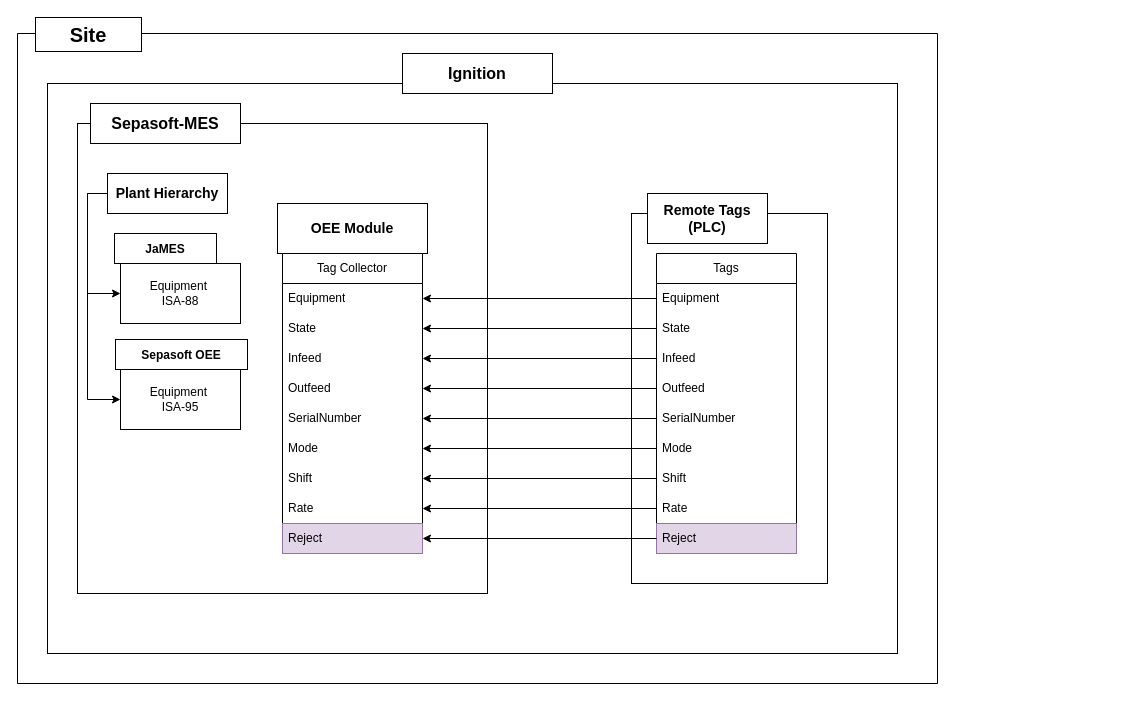
Above: page "OEE Data Flow" (2 of 2) of OEE Data Flow.drawio in IlScottlI/docs (draw.io), before the change. Source tidied: cells renumbered, new cells numbered last; positions are measured from the earlier drawing's top-left corner, leaving out a move shared by most shapes. Both pictures are drawn from the tidied source at 100%, with x=0, y=0 at pixel (17, 17).
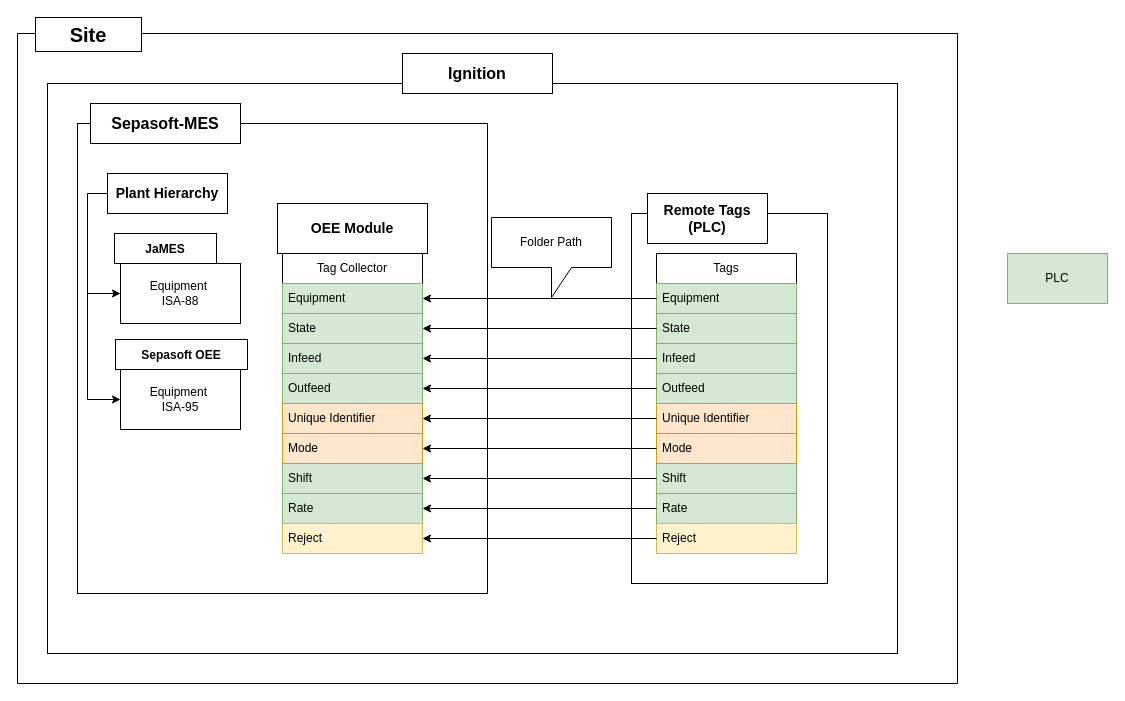
The same diagram, later.

The change refers to these unchanged cells:
```xml
<mxCell id="16" value="Tags" style="swimlane;fontStyle=0;horizontal=1;startSize=30;whiteSpace=wrap;html=1;" parent="2" vertex="1">
  <mxGeometry x="639" y="220" width="140" height="300" as="geometry" />
</mxCell>
<mxCell id="27" value="Tag Collector" style="swimlane;fontStyle=0;horizontal=1;startSize=30;whiteSpace=wrap;html=1;" parent="2" vertex="1">
  <mxGeometry x="265" y="220" width="140" height="300" as="geometry" />
</mxCell>
```

Diff of the diagram source:
```diff
@@
     <mxCell id="2" style="swimlane;startSize=0;" parent="1" vertex="1">
-      <mxGeometry y="16" width="920" height="650" as="geometry" />
+      <mxGeometry y="16" width="940" height="650" as="geometry" />
     </mxCell>
@@
-    <mxCell id="17" value="Equipment" style="text;strokeColor=none;fillColor=none;align=left;verticalAlign=middle;spacingLeft=4;spacingRight=4;overflow=hidden;points=[[0,0.5],[1,0.5]];portConstraint=eastwest;whiteSpace=wrap;html=1;" parent="16" vertex="1">
+    <mxCell id="17" value="Equipment" style="text;strokeColor=#82b366;fillColor=#d5e8d4;align=left;verticalAlign=middle;spacingLeft=4;spacingRight=4;overflow=hidden;points=[[0,0.5],[1,0.5]];portConstraint=eastwest;whiteSpace=wrap;html=1;" parent="16" vertex="1">
       <mxGeometry y="30" width="140" height="30" as="geometry" />
     </mxCell>
-    <mxCell id="18" value="State" style="text;strokeColor=none;fillColor=none;align=left;verticalAlign=middle;spacingLeft=4;spacingRight=4;overflow=hidden;points=[[0,0.5],[1,0.5]];portConstraint=eastwest;whiteSpace=wrap;html=1;" parent="16" vertex="1">
+    <mxCell id="18" value="State" style="text;strokeColor=#82b366;fillColor=#d5e8d4;align=left;verticalAlign=middle;spacingLeft=4;spacingRight=4;overflow=hidden;points=[[0,0.5],[1,0.5]];portConstraint=eastwest;whiteSpace=wrap;html=1;" parent="16" vertex="1">
       <mxGeometry y="60" width="140" height="30" as="geometry" />
     </mxCell>
-    <mxCell id="19" value="Infeed" style="text;align=left;verticalAlign=middle;spacingLeft=4;spacingRight=4;overflow=hidden;points=[[0,0.5],[1,0.5]];portConstraint=eastwest;whiteSpace=wrap;html=1;" parent="16" vertex="1">
+    <mxCell id="19" value="Infeed" style="text;align=left;verticalAlign=middle;spacingLeft=4;spacingRight=4;overflow=hidden;points=[[0,0.5],[1,0.5]];portConstraint=eastwest;whiteSpace=wrap;html=1;fillColor=#d5e8d4;strokeColor=#82b366;" parent="16" vertex="1">
       <mxGeometry y="90" width="140" height="30" as="geometry" />
     </mxCell>
-    <mxCell id="20" value="Outfeed" style="text;align=left;verticalAlign=middle;spacingLeft=4;spacingRight=4;overflow=hidden;points=[[0,0.5],[1,0.5]];portConstraint=eastwest;whiteSpace=wrap;html=1;" parent="16" vertex="1">
+    <mxCell id="20" value="Outfeed" style="text;align=left;verticalAlign=middle;spacingLeft=4;spacingRight=4;overflow=hidden;points=[[0,0.5],[1,0.5]];portConstraint=eastwest;whiteSpace=wrap;html=1;fillColor=#d5e8d4;strokeColor=#82b366;" parent="16" vertex="1">
       <mxGeometry y="120" width="140" height="30" as="geometry" />
     </mxCell>
-    <mxCell id="21" value="SerialNumber&amp;nbsp;" style="text;align=left;verticalAlign=middle;spacingLeft=4;spacingRight=4;overflow=hidden;points=[[0,0.5],[1,0.5]];portConstraint=eastwest;whiteSpace=wrap;html=1;" parent="16" vertex="1">
+    <mxCell id="21" value="Unique Identifier" style="text;align=left;verticalAlign=middle;spacingLeft=4;spacingRight=4;overflow=hidden;points=[[0,0.5],[1,0.5]];portConstraint=eastwest;whiteSpace=wrap;html=1;fillColor=#ffe6cc;strokeColor=#d79b00;" parent="16" vertex="1">
       <mxGeometry y="150" width="140" height="30" as="geometry" />
     </mxCell>
-    <mxCell id="22" value="Mode" style="text;strokeColor=none;fillColor=none;align=left;verticalAlign=middle;spacingLeft=4;spacingRight=4;overflow=hidden;points=[[0,0.5],[1,0.5]];portConstraint=eastwest;whiteSpace=wrap;html=1;" parent="16" vertex="1">
+    <mxCell id="22" value="Mode" style="text;strokeColor=#d79b00;fillColor=#ffe6cc;align=left;verticalAlign=middle;spacingLeft=4;spacingRight=4;overflow=hidden;points=[[0,0.5],[1,0.5]];portConstraint=eastwest;whiteSpace=wrap;html=1;" parent="16" vertex="1">
       <mxGeometry y="180" width="140" height="30" as="geometry" />
     </mxCell>
-    <mxCell id="23" value="Shift" style="text;strokeColor=none;fillColor=none;align=left;verticalAlign=middle;spacingLeft=4;spacingRight=4;overflow=hidden;points=[[0,0.5],[1,0.5]];portConstraint=eastwest;whiteSpace=wrap;html=1;" parent="16" vertex="1">
+    <mxCell id="23" value="Shift" style="text;strokeColor=#82b366;fillColor=#d5e8d4;align=left;verticalAlign=middle;spacingLeft=4;spacingRight=4;overflow=hidden;points=[[0,0.5],[1,0.5]];portConstraint=eastwest;whiteSpace=wrap;html=1;" parent="16" vertex="1">
       <mxGeometry y="210" width="140" height="30" as="geometry" />
     </mxCell>
-    <mxCell id="24" value="Rate" style="text;strokeColor=none;fillColor=none;align=left;verticalAlign=middle;spacingLeft=4;spacingRight=4;overflow=hidden;points=[[0,0.5],[1,0.5]];portConstraint=eastwest;whiteSpace=wrap;html=1;" parent="16" vertex="1">
+    <mxCell id="24" value="Rate" style="text;strokeColor=#82b366;fillColor=#d5e8d4;align=left;verticalAlign=middle;spacingLeft=4;spacingRight=4;overflow=hidden;points=[[0,0.5],[1,0.5]];portConstraint=eastwest;whiteSpace=wrap;html=1;" parent="16" vertex="1">
       <mxGeometry y="240" width="140" height="30" as="geometry" />
     </mxCell>
-    <mxCell id="25" value="Reject" style="text;strokeColor=#9673a6;fillColor=#e1d5e7;align=left;verticalAlign=middle;spacingLeft=4;spacingRight=4;overflow=hidden;points=[[0,0.5],[1,0.5]];portConstraint=eastwest;whiteSpace=wrap;html=1;" parent="16" vertex="1">
+    <mxCell id="25" value="Reject" style="text;align=left;verticalAlign=middle;spacingLeft=4;spacingRight=4;overflow=hidden;points=[[0,0.5],[1,0.5]];portConstraint=eastwest;whiteSpace=wrap;html=1;fillColor=#fff2cc;strokeColor=#d6b656;" parent="16" vertex="1">
       <mxGeometry y="270" width="140" height="30" as="geometry" />
     </mxCell>
@@
-    <mxCell id="28" value="Equipment" style="text;strokeColor=none;fillColor=none;align=left;verticalAlign=middle;spacingLeft=4;spacingRight=4;overflow=hidden;points=[[0,0.5],[1,0.5]];portConstraint=eastwest;whiteSpace=wrap;html=1;" parent="27" vertex="1">
+    <mxCell id="28" value="Equipment" style="text;strokeColor=#82b366;fillColor=#d5e8d4;align=left;verticalAlign=middle;spacingLeft=4;spacingRight=4;overflow=hidden;points=[[0,0.5],[1,0.5]];portConstraint=eastwest;whiteSpace=wrap;html=1;" parent="27" vertex="1">
       <mxGeometry y="30" width="140" height="30" as="geometry" />
     </mxCell>
-    <mxCell id="29" value="State" style="text;strokeColor=none;fillColor=none;align=left;verticalAlign=middle;spacingLeft=4;spacingRight=4;overflow=hidden;points=[[0,0.5],[1,0.5]];portConstraint=eastwest;whiteSpace=wrap;html=1;" parent="27" vertex="1">
+    <mxCell id="29" value="State" style="text;strokeColor=#82b366;fillColor=#d5e8d4;align=left;verticalAlign=middle;spacingLeft=4;spacingRight=4;overflow=hidden;points=[[0,0.5],[1,0.5]];portConstraint=eastwest;whiteSpace=wrap;html=1;" parent="27" vertex="1">
       <mxGeometry y="60" width="140" height="30" as="geometry" />
     </mxCell>
-    <mxCell id="30" value="Infeed" style="text;align=left;verticalAlign=middle;spacingLeft=4;spacingRight=4;overflow=hidden;points=[[0,0.5],[1,0.5]];portConstraint=eastwest;whiteSpace=wrap;html=1;" parent="27" vertex="1">
+    <mxCell id="30" value="Infeed" style="text;align=left;verticalAlign=middle;spacingLeft=4;spacingRight=4;overflow=hidden;points=[[0,0.5],[1,0.5]];portConstraint=eastwest;whiteSpace=wrap;html=1;fillColor=#d5e8d4;strokeColor=#82b366;" parent="27" vertex="1">
       <mxGeometry y="90" width="140" height="30" as="geometry" />
     </mxCell>
-    <mxCell id="31" value="Outfeed" style="text;align=left;verticalAlign=middle;spacingLeft=4;spacingRight=4;overflow=hidden;points=[[0,0.5],[1,0.5]];portConstraint=eastwest;whiteSpace=wrap;html=1;" parent="27" vertex="1">
+    <mxCell id="31" value="Outfeed" style="text;align=left;verticalAlign=middle;spacingLeft=4;spacingRight=4;overflow=hidden;points=[[0,0.5],[1,0.5]];portConstraint=eastwest;whiteSpace=wrap;html=1;fillColor=#d5e8d4;strokeColor=#82b366;" parent="27" vertex="1">
       <mxGeometry y="120" width="140" height="30" as="geometry" />
     </mxCell>
-    <mxCell id="32" value="SerialNumber&amp;nbsp;" style="text;align=left;verticalAlign=middle;spacingLeft=4;spacingRight=4;overflow=hidden;points=[[0,0.5],[1,0.5]];portConstraint=eastwest;whiteSpace=wrap;html=1;" parent="27" vertex="1">
+    <mxCell id="32" value="Unique Identifier" style="text;align=left;verticalAlign=middle;spacingLeft=4;spacingRight=4;overflow=hidden;points=[[0,0.5],[1,0.5]];portConstraint=eastwest;whiteSpace=wrap;html=1;fillColor=#ffe6cc;strokeColor=#d79b00;" parent="27" vertex="1">
       <mxGeometry y="150" width="140" height="30" as="geometry" />
     </mxCell>
-    <mxCell id="33" value="Mode" style="text;strokeColor=none;fillColor=none;align=left;verticalAlign=middle;spacingLeft=4;spacingRight=4;overflow=hidden;points=[[0,0.5],[1,0.5]];portConstraint=eastwest;whiteSpace=wrap;html=1;" parent="27" vertex="1">
+    <mxCell id="33" value="Mode" style="text;strokeColor=#d79b00;fillColor=#ffe6cc;align=left;verticalAlign=middle;spacingLeft=4;spacingRight=4;overflow=hidden;points=[[0,0.5],[1,0.5]];portConstraint=eastwest;whiteSpace=wrap;html=1;" parent="27" vertex="1">
       <mxGeometry y="180" width="140" height="30" as="geometry" />
     </mxCell>
-    <mxCell id="34" value="Shift" style="text;strokeColor=none;fillColor=none;align=left;verticalAlign=middle;spacingLeft=4;spacingRight=4;overflow=hidden;points=[[0,0.5],[1,0.5]];portConstraint=eastwest;whiteSpace=wrap;html=1;" parent="27" vertex="1">
+    <mxCell id="34" value="Shift" style="text;strokeColor=#82b366;fillColor=#d5e8d4;align=left;verticalAlign=middle;spacingLeft=4;spacingRight=4;overflow=hidden;points=[[0,0.5],[1,0.5]];portConstraint=eastwest;whiteSpace=wrap;html=1;" parent="27" vertex="1">
       <mxGeometry y="210" width="140" height="30" as="geometry" />
     </mxCell>
-    <mxCell id="35" value="Rate" style="text;strokeColor=none;fillColor=none;align=left;verticalAlign=middle;spacingLeft=4;spacingRight=4;overflow=hidden;points=[[0,0.5],[1,0.5]];portConstraint=eastwest;whiteSpace=wrap;html=1;" parent="27" vertex="1">
+    <mxCell id="35" value="Rate" style="text;strokeColor=#82b366;fillColor=#d5e8d4;align=left;verticalAlign=middle;spacingLeft=4;spacingRight=4;overflow=hidden;points=[[0,0.5],[1,0.5]];portConstraint=eastwest;whiteSpace=wrap;html=1;" parent="27" vertex="1">
       <mxGeometry y="240" width="140" height="30" as="geometry" />
     </mxCell>
-    <mxCell id="36" value="Reject" style="text;strokeColor=#9673a6;fillColor=#e1d5e7;align=left;verticalAlign=middle;spacingLeft=4;spacingRight=4;overflow=hidden;points=[[0,0.5],[1,0.5]];portConstraint=eastwest;whiteSpace=wrap;html=1;" parent="27" vertex="1">
+    <mxCell id="36" value="Reject" style="text;align=left;verticalAlign=middle;spacingLeft=4;spacingRight=4;overflow=hidden;points=[[0,0.5],[1,0.5]];portConstraint=eastwest;whiteSpace=wrap;html=1;fillColor=#fff2cc;strokeColor=#d6b656;" parent="27" vertex="1">
       <mxGeometry y="270" width="140" height="30" as="geometry" />
     </mxCell>
@@
+    <mxCell id="47" value="Folder Path" style="shape=callout;whiteSpace=wrap;html=1;perimeter=calloutPerimeter;position2=0.5;" parent="2" vertex="1">
+      <mxGeometry x="474" y="184" width="120" height="80" as="geometry" />
+    </mxCell>
@@
+    <mxCell id="48" value="PLC" style="rounded=0;whiteSpace=wrap;html=1;fillColor=#d5e8d4;strokeColor=#82b366;" parent="1" vertex="1">
+      <mxGeometry x="990" y="236" width="100" height="50" as="geometry" />
+    </mxCell>
```
